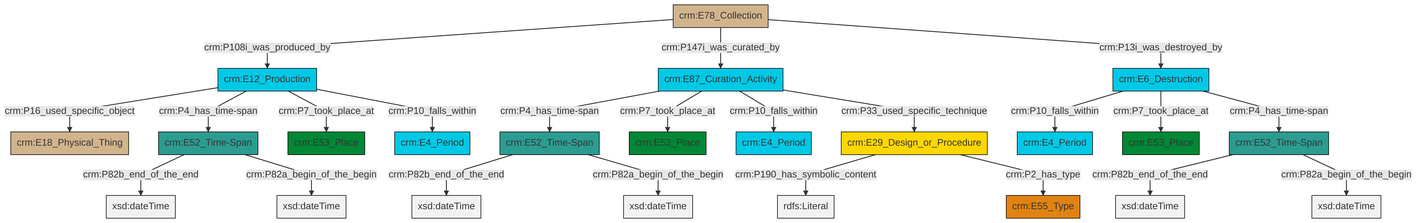
This is et/archivalCSV/ttl/mmd/png/archival_existence.png from swiss-art-research-net/docs.swissartresearch, a Mermaid export, as it was before one commit. Its source is kept beside it as et/archivalCSV/ttl/mmd/archival_existence.ttl.mmd.
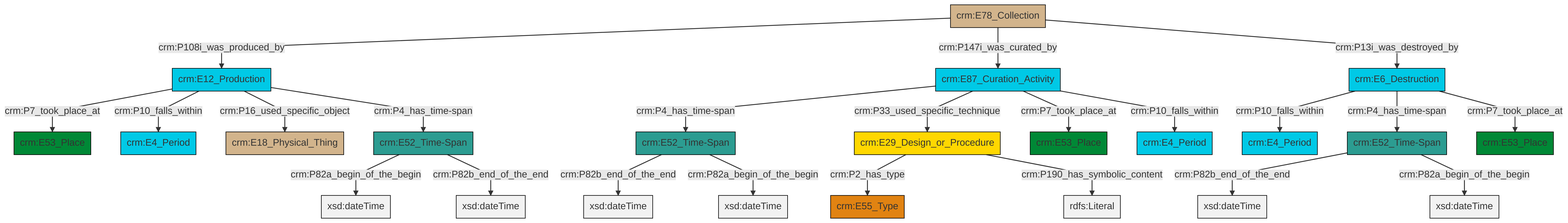
Later version of the same file.

What changed in the source:
```diff
@@ -13,25 +13,25 @@
 classDef PC_Classes fill:#4ce600, stroke:#000000;
 classDef Multi fill:#cccccc,stroke:#000000;
 
-0["crm:E78_Collection"]:::Physical_Thing -->|crm:P108i_was_produced_by| 1["crm:E12_Production"]:::Temporal_Entity
-1["crm:E12_Production"]:::Temporal_Entity -->|crm:P16_used_specific_object| 4["crm:E18_Physical_Thing"]:::Physical_Thing
-5["crm:E87_Curation_Activity"]:::Temporal_Entity -->|crm:P4_has_time-span| 6["crm:E52_Time-Span"]:::Time-Span
-6["crm:E52_Time-Span"]:::Time-Span -->|crm:P82b_end_of_the_end| 11[xsd:dateTime]:::Literal
-12["crm:E52_Time-Span"]:::Time-Span -->|crm:P82b_end_of_the_end| 13[xsd:dateTime]:::Literal
-0["crm:E78_Collection"]:::Physical_Thing -->|crm:P147i_was_curated_by| 5["crm:E87_Curation_Activity"]:::Temporal_Entity
-0["crm:E78_Collection"]:::Physical_Thing -->|crm:P13i_was_destroyed_by| 14["crm:E6_Destruction"]:::Temporal_Entity
-5["crm:E87_Curation_Activity"]:::Temporal_Entity -->|crm:P7_took_place_at| 15["crm:E53_Place"]:::Place
-5["crm:E87_Curation_Activity"]:::Temporal_Entity -->|crm:P10_falls_within| 18["crm:E4_Period"]:::Temporal_Entity
-1["crm:E12_Production"]:::Temporal_Entity -->|crm:P4_has_time-span| 21["crm:E52_Time-Span"]:::Time-Span
-21["crm:E52_Time-Span"]:::Time-Span -->|crm:P82b_end_of_the_end| 23[xsd:dateTime]:::Literal
-1["crm:E12_Production"]:::Temporal_Entity -->|crm:P7_took_place_at| 24["crm:E53_Place"]:::Place
-14["crm:E6_Destruction"]:::Temporal_Entity -->|crm:P10_falls_within| 28["crm:E4_Period"]:::Temporal_Entity
-21["crm:E52_Time-Span"]:::Time-Span -->|crm:P82a_begin_of_the_begin| 31[xsd:dateTime]:::Literal
-14["crm:E6_Destruction"]:::Temporal_Entity -->|crm:P7_took_place_at| 9["crm:E53_Place"]:::Place
-14["crm:E6_Destruction"]:::Temporal_Entity -->|crm:P4_has_time-span| 12["crm:E52_Time-Span"]:::Time-Span
-1["crm:E12_Production"]:::Temporal_Entity -->|crm:P10_falls_within| 33["crm:E4_Period"]:::Temporal_Entity
-16["crm:E29_Design_or_Procedure"]:::Conceptual_Object -->|crm:P190_has_symbolic_content| 35[rdfs:Literal]:::Literal
-16["crm:E29_Design_or_Procedure"]:::Conceptual_Object -->|crm:P2_has_type| 7["crm:E55_Type"]:::Type
-12["crm:E52_Time-Span"]:::Time-Span -->|crm:P82a_begin_of_the_begin| 36[xsd:dateTime]:::Literal
-6["crm:E52_Time-Span"]:::Time-Span -->|crm:P82a_begin_of_the_begin| 38[xsd:dateTime]:::Literal
-5["crm:E87_Curation_Activity"]:::Temporal_Entity -->|crm:P33_used_specific_technique| 16["crm:E29_Design_or_Procedure"]:::Conceptual_Object
+2["crm:E12_Production"]:::Temporal_Entity -->|crm:P7_took_place_at| 3["crm:E53_Place"]:::Place
+4["crm:E6_Destruction"]:::Temporal_Entity -->|crm:P10_falls_within| 5["crm:E4_Period"]:::Temporal_Entity
+12["crm:E52_Time-Span"]:::Time-Span -->|crm:P82a_begin_of_the_begin| 13[xsd:dateTime]:::Literal
+4["crm:E6_Destruction"]:::Temporal_Entity -->|crm:P4_has_time-span| 8["crm:E52_Time-Span"]:::Time-Span
+16["crm:E87_Curation_Activity"]:::Temporal_Entity -->|crm:P4_has_time-span| 17["crm:E52_Time-Span"]:::Time-Span
+0["crm:E29_Design_or_Procedure"]:::Conceptual_Object -->|crm:P2_has_type| 19["crm:E55_Type"]:::Type
+17["crm:E52_Time-Span"]:::Time-Span -->|crm:P82b_end_of_the_end| 21[xsd:dateTime]:::Literal
+12["crm:E52_Time-Span"]:::Time-Span -->|crm:P82b_end_of_the_end| 27[xsd:dateTime]:::Literal
+4["crm:E6_Destruction"]:::Temporal_Entity -->|crm:P7_took_place_at| 6["crm:E53_Place"]:::Place
+0["crm:E29_Design_or_Procedure"]:::Conceptual_Object -->|crm:P190_has_symbolic_content| 28[rdfs:Literal]:::Literal
+2["crm:E12_Production"]:::Temporal_Entity -->|crm:P10_falls_within| 22["crm:E4_Period"]:::Temporal_Entity
+30["crm:E78_Collection"]:::Physical_Thing -->|crm:P108i_was_produced_by| 2["crm:E12_Production"]:::Temporal_Entity
+8["crm:E52_Time-Span"]:::Time-Span -->|crm:P82b_end_of_the_end| 31[xsd:dateTime]:::Literal
+30["crm:E78_Collection"]:::Physical_Thing -->|crm:P147i_was_curated_by| 16["crm:E87_Curation_Activity"]:::Temporal_Entity
+2["crm:E12_Production"]:::Temporal_Entity -->|crm:P16_used_specific_object| 10["crm:E18_Physical_Thing"]:::Physical_Thing
+16["crm:E87_Curation_Activity"]:::Temporal_Entity -->|crm:P33_used_specific_technique| 0["crm:E29_Design_or_Procedure"]:::Conceptual_Object
+17["crm:E52_Time-Span"]:::Time-Span -->|crm:P82a_begin_of_the_begin| 33[xsd:dateTime]:::Literal
+16["crm:E87_Curation_Activity"]:::Temporal_Entity -->|crm:P7_took_place_at| 25["crm:E53_Place"]:::Place
+30["crm:E78_Collection"]:::Physical_Thing -->|crm:P13i_was_destroyed_by| 4["crm:E6_Destruction"]:::Temporal_Entity
+16["crm:E87_Curation_Activity"]:::Temporal_Entity -->|crm:P10_falls_within| 14["crm:E4_Period"]:::Temporal_Entity
+2["crm:E12_Production"]:::Temporal_Entity -->|crm:P4_has_time-span| 12["crm:E52_Time-Span"]:::Time-Span
+8["crm:E52_Time-Span"]:::Time-Span -->|crm:P82a_begin_of_the_begin| 38[xsd:dateTime]:::Literal
```
